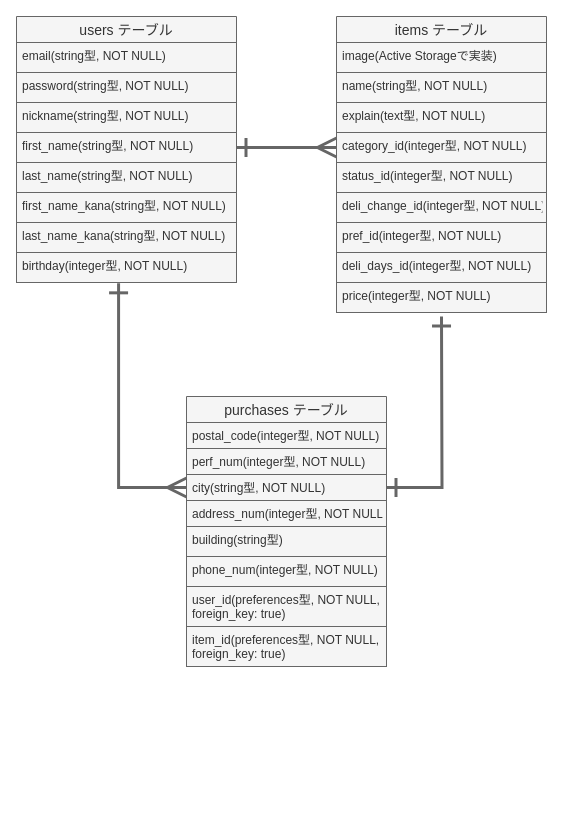
The draw.io diagram furima.dio in xiangma0531/furima-35533, before the edit. Source tidied: cells renumbered, new cells numbered last; positions are measured from the earlier drawing's top-left corner, leaving out a move shared by most shapes. Both pictures are drawn from the tidied source at 100%, with x=0, y=0 at pixel (16, 16).
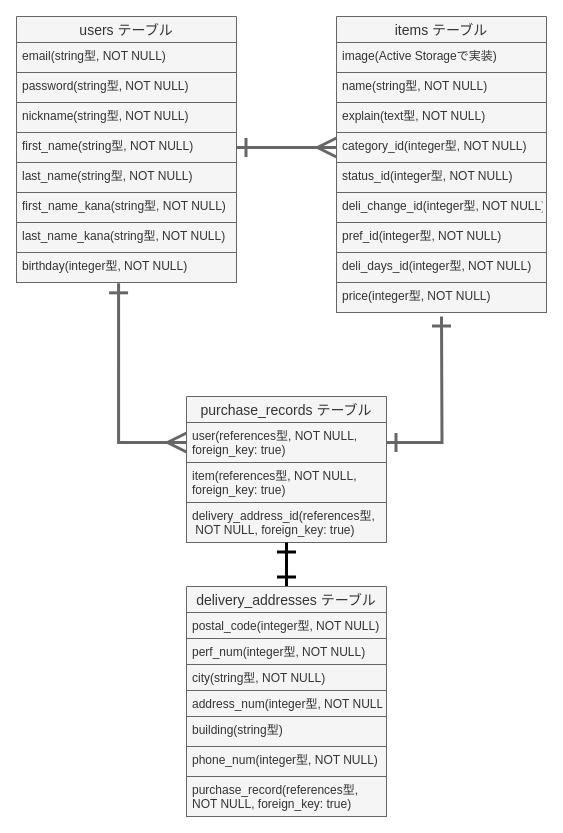
After the change.

Commit message (it also covers changes not shown here):
ER図とREADMEの修正(1回目)

Unchanged cells that the change refers to:
```xml
<mxCell id="6" value="first_name(string型, NOT NULL)" style="text;strokeColor=#666666;fillColor=#f5f5f5;spacingLeft=4;spacingRight=4;overflow=hidden;points=[[0,0.5],[1,0.5]];portConstraint=eastwest;fontSize=12;fontStyle=0;fontColor=#333333;" parent="2" vertex="1">
  <mxGeometry y="116" width="220" height="30" as="geometry" />
</mxCell>
<mxCell id="10" value="birthday(integer型, NOT NULL)" style="text;strokeColor=#666666;fillColor=#f5f5f5;spacingLeft=4;spacingRight=4;overflow=hidden;points=[[0,0.5],[1,0.5]];portConstraint=eastwest;fontSize=12;fontColor=#333333;" parent="2" vertex="1">
  <mxGeometry y="236" width="220" height="30" as="geometry" />
</mxCell>
<mxCell id="15" value="category_id(integer型, NOT NULL)" style="text;strokeColor=#666666;fillColor=#f5f5f5;spacingLeft=4;spacingRight=4;overflow=hidden;points=[[0,0.5],[1,0.5]];portConstraint=eastwest;fontSize=12;fontColor=#333333;" parent="11" vertex="1">
  <mxGeometry y="116" width="210" height="30" as="geometry" />
</mxCell>
```

Change to the diagram source:
```diff
@@
-    <mxCell id="21" value="purchases テーブル" style="swimlane;fontStyle=0;horizontal=1;startSize=26;align=center;fontSize=14;fillColor=#f5f5f5;strokeColor=#666666;fontColor=#333333;" parent="1" vertex="1">
-      <mxGeometry x="170" y="380" width="200" height="270" as="geometry" />
+    <mxCell id="21" value="purchase_records テーブル" style="swimlane;fontStyle=0;horizontal=1;startSize=26;align=center;fontSize=14;fillColor=#f5f5f5;strokeColor=#666666;fontColor=#333333;" parent="1" vertex="1">
+      <mxGeometry x="170" y="380" width="200" height="146" as="geometry" />
     </mxCell>
+    <mxCell id="28" value="user(references型, NOT NULL,&#10;foreign_key: true)" style="text;strokeColor=#666666;fillColor=#f5f5f5;spacingLeft=4;spacingRight=4;overflow=hidden;points=[[0,0.5],[1,0.5]];portConstraint=eastwest;fontSize=12;fontColor=#333333;" parent="21" vertex="1">
+      <mxGeometry y="26" width="200" height="40" as="geometry" />
+    </mxCell>
+    <mxCell id="33" value="item(references型, NOT NULL,&#10;foreign_key: true)" style="text;strokeColor=#666666;fillColor=#f5f5f5;spacingLeft=4;spacingRight=4;overflow=hidden;fontSize=12;fontColor=#333333;" parent="21" vertex="1">
+      <mxGeometry y="66" width="200" height="40" as="geometry" />
+    </mxCell>
+    <mxCell id="29" value="delivery_address_id(references型,&#10; NOT NULL, foreign_key: true)" style="text;strokeColor=#666666;fillColor=#f5f5f5;spacingLeft=4;spacingRight=4;overflow=hidden;fontSize=12;fontColor=#333333;" parent="21" vertex="1">
+      <mxGeometry y="106" width="200" height="40" as="geometry" />
+    </mxCell>
+    <mxCell id="30" style="edgeStyle=orthogonalEdgeStyle;rounded=0;jettySize=auto;html=1;entryX=0;entryY=0.5;entryDx=0;entryDy=0;startArrow=ERone;startFill=0;endArrow=ERmany;endFill=0;endSize=15;startSize=15;targetPerimeterSpacing=0;strokeWidth=3;fillColor=#f5f5f5;strokeColor=#666666;" parent="1" edge="1" source="6" target="15">
+      <mxGeometry relative="1" as="geometry" />
+    </mxCell>
+    <mxCell id="31" style="edgeStyle=orthogonalEdgeStyle;rounded=0;jettySize=auto;html=1;entryX=0;entryY=0.5;entryDx=0;entryDy=0;startArrow=ERone;startFill=0;startSize=15;endArrow=ERmany;endFill=0;endSize=15;targetPerimeterSpacing=0;strokeWidth=3;exitX=0.464;exitY=1.028;exitDx=0;exitDy=0;exitPerimeter=0;fillColor=#f5f5f5;strokeColor=#666666;" parent="1" edge="1" source="10" target="28">
+      <mxGeometry relative="1" as="geometry" />
+    </mxCell>
+    <mxCell id="32" style="edgeStyle=orthogonalEdgeStyle;rounded=0;jettySize=auto;html=1;entryX=1;entryY=0.5;entryDx=0;entryDy=0;startArrow=ERone;startFill=0;startSize=15;endArrow=ERone;endFill=0;endSize=15;targetPerimeterSpacing=0;strokeWidth=3;fillColor=#f5f5f5;strokeColor=#666666;" parent="1" edge="1" target="28">
+      <mxGeometry relative="1" as="geometry">
+        <mxPoint x="425" y="300" as="sourcePoint" />
+      </mxGeometry>
+    </mxCell>
+    <mxCell id="34" style="edgeStyle=orthogonalEdgeStyle;rounded=0;jettySize=auto;html=1;entryX=0.5;entryY=1;entryDx=0;entryDy=0;startArrow=ERone;startFill=0;startSize=15;endArrow=ERone;endFill=0;endSize=15;targetPerimeterSpacing=0;strokeWidth=3;" parent="1" edge="1" source="35" target="21">
+      <mxGeometry relative="1" as="geometry" />
+    </mxCell>
+    <mxCell id="35" value="delivery_addresses テーブル" style="swimlane;fontStyle=0;horizontal=1;startSize=26;align=center;fontSize=14;fillColor=#f5f5f5;strokeColor=#666666;fontColor=#333333;" parent="1" vertex="1">
+      <mxGeometry x="170" y="570" width="200" height="230" as="geometry" />
+    </mxCell>
-    <mxCell id="22" value="postal_code(integer型, NOT NULL)" style="text;strokeColor=#666666;fillColor=#f5f5f5;spacingLeft=4;spacingRight=4;overflow=hidden;fontSize=12;fontColor=#333333;" parent="21" vertex="1">
+    <mxCell id="22" value="postal_code(integer型, NOT NULL)" style="text;strokeColor=#666666;fillColor=#f5f5f5;spacingLeft=4;spacingRight=4;overflow=hidden;fontSize=12;fontColor=#333333;" parent="35" vertex="1">
       <mxGeometry y="26" width="200" height="26" as="geometry" />
     </mxCell>
-    <mxCell id="23" value="perf_num(integer型, NOT NULL)" style="text;strokeColor=#666666;fillColor=#f5f5f5;spacingLeft=4;spacingRight=4;overflow=hidden;fontSize=12;fontColor=#333333;" parent="21" vertex="1">
+    <mxCell id="23" value="perf_num(integer型, NOT NULL)" style="text;strokeColor=#666666;fillColor=#f5f5f5;spacingLeft=4;spacingRight=4;overflow=hidden;fontSize=12;fontColor=#333333;" parent="35" vertex="1">
       <mxGeometry y="52" width="200" height="26" as="geometry" />
     </mxCell>
-    <mxCell id="24" value="city(string型, NOT NULL)" style="text;strokeColor=#666666;fillColor=#f5f5f5;spacingLeft=4;spacingRight=4;overflow=hidden;points=[[0,0.5],[1,0.5]];portConstraint=eastwest;fontSize=12;fontColor=#333333;" parent="21" vertex="1">
+    <mxCell id="24" value="city(string型, NOT NULL)" style="text;strokeColor=#666666;fillColor=#f5f5f5;spacingLeft=4;spacingRight=4;overflow=hidden;points=[[0,0.5],[1,0.5]];portConstraint=eastwest;fontSize=12;fontColor=#333333;" parent="35" vertex="1">
       <mxGeometry y="78" width="200" height="26" as="geometry" />
     </mxCell>
-    <mxCell id="25" value="address_num(integer型, NOT NULL)" style="text;strokeColor=#666666;fillColor=#f5f5f5;spacingLeft=4;spacingRight=4;overflow=hidden;fontSize=12;fontColor=#333333;" parent="21" vertex="1">
+    <mxCell id="25" value="address_num(integer型, NOT NULL)" style="text;strokeColor=#666666;fillColor=#f5f5f5;spacingLeft=4;spacingRight=4;overflow=hidden;fontSize=12;fontColor=#333333;" parent="35" vertex="1">
       <mxGeometry y="104" width="200" height="26" as="geometry" />
     </mxCell>
-    <mxCell id="26" value="building(string型)" style="text;strokeColor=#666666;fillColor=#f5f5f5;spacingLeft=4;spacingRight=4;overflow=hidden;fontSize=12;fontColor=#333333;" parent="21" vertex="1">
+    <mxCell id="26" value="building(string型)" style="text;strokeColor=#666666;fillColor=#f5f5f5;spacingLeft=4;spacingRight=4;overflow=hidden;fontSize=12;fontColor=#333333;" parent="35" vertex="1">
       <mxGeometry y="130" width="200" height="30" as="geometry" />
     </mxCell>
-    <mxCell id="27" value="phone_num(integer型, NOT NULL)" style="text;strokeColor=#666666;fillColor=#f5f5f5;spacingLeft=4;spacingRight=4;overflow=hidden;fontSize=12;fontColor=#333333;" parent="21" vertex="1">
+    <mxCell id="27" value="phone_num(integer型, NOT NULL)" style="text;strokeColor=#666666;fillColor=#f5f5f5;spacingLeft=4;spacingRight=4;overflow=hidden;fontSize=12;fontColor=#333333;" parent="35" vertex="1">
       <mxGeometry y="160" width="200" height="30" as="geometry" />
     </mxCell>
-    <mxCell id="28" value="user_id(preferences型, NOT NULL,&#10;foreign_key: true)" style="text;strokeColor=#666666;fillColor=#f5f5f5;spacingLeft=4;spacingRight=4;overflow=hidden;points=[[0,0.5],[1,0.5]];portConstraint=eastwest;fontSize=12;fontColor=#333333;" parent="21" vertex="1">
-      <mxGeometry y="190" width="200" height="40" as="geometry" />
-    </mxCell>
-    <mxCell id="29" value="item_id(preferences型, NOT NULL,&#10;foreign_key: true)" style="text;strokeColor=#666666;fillColor=#f5f5f5;spacingLeft=4;spacingRight=4;overflow=hidden;fontSize=12;fontColor=#333333;" parent="21" vertex="1">
-      <mxGeometry y="230" width="200" height="40" as="geometry" />
-    </mxCell>
-    <mxCell id="30" style="edgeStyle=orthogonalEdgeStyle;rounded=0;jettySize=auto;html=1;entryX=0;entryY=0.5;entryDx=0;entryDy=0;startArrow=ERone;startFill=0;endArrow=ERmany;endFill=0;endSize=15;startSize=15;targetPerimeterSpacing=0;strokeWidth=3;fillColor=#f5f5f5;strokeColor=#666666;" parent="1" edge="1" source="6" target="15">
-      <mxGeometry relative="1" as="geometry" />
-    </mxCell>
-    <mxCell id="31" style="edgeStyle=orthogonalEdgeStyle;rounded=0;jettySize=auto;html=1;entryX=0;entryY=0.5;entryDx=0;entryDy=0;startArrow=ERone;startFill=0;startSize=15;endArrow=ERmany;endFill=0;endSize=15;targetPerimeterSpacing=0;strokeWidth=3;exitX=0.464;exitY=1.028;exitDx=0;exitDy=0;exitPerimeter=0;fillColor=#f5f5f5;strokeColor=#666666;" parent="1" edge="1" source="10" target="24">
-      <mxGeometry relative="1" as="geometry" />
-    </mxCell>
-    <mxCell id="32" style="edgeStyle=orthogonalEdgeStyle;rounded=0;jettySize=auto;html=1;entryX=1;entryY=0.5;entryDx=0;entryDy=0;startArrow=ERone;startFill=0;startSize=15;endArrow=ERone;endFill=0;endSize=15;targetPerimeterSpacing=0;strokeWidth=3;fillColor=#f5f5f5;strokeColor=#666666;" parent="1" edge="1" target="24">
-      <mxGeometry relative="1" as="geometry">
-        <mxPoint x="425" y="300" as="sourcePoint" />
-      </mxGeometry>
-    </mxCell>
+    <mxCell id="36" value="purchase_record(references型, &#10;NOT NULL, foreign_key: true)" style="text;strokeColor=#666666;fillColor=#f5f5f5;spacingLeft=4;spacingRight=4;overflow=hidden;fontSize=12;fontColor=#333333;" parent="35" vertex="1">
+      <mxGeometry y="190" width="200" height="40" as="geometry" />
+    </mxCell>
```
